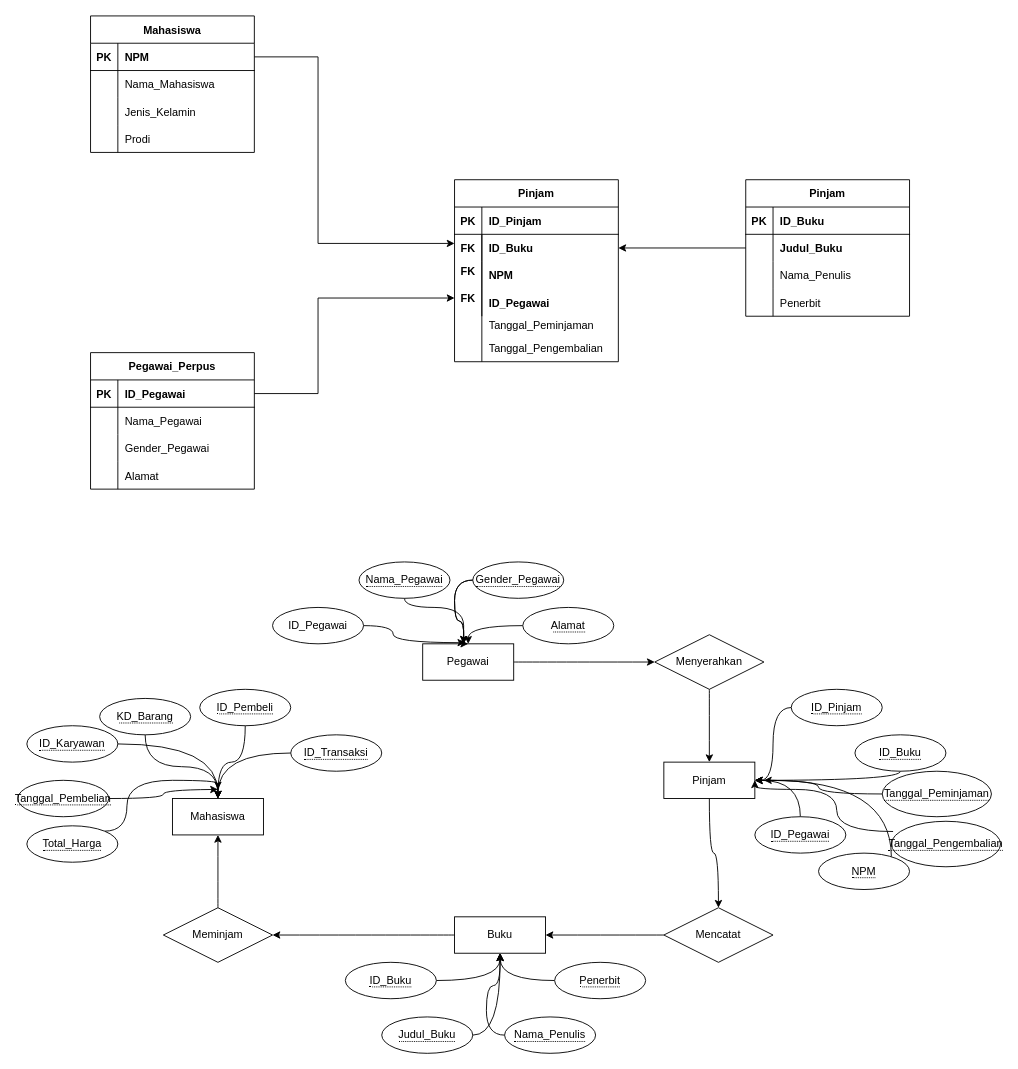
Above: Database Perpustakaan Diagram.drawio in lukmanprasetyo/Business-Model-Canvas-BMC- (draw.io), before the change. Source tidied: cells renumbered, new cells numbered last; positions are measured from the earlier drawing's top-left corner, leaving out a move shared by most shapes. Both pictures are drawn from the tidied source at 91%, with x=0, y=0 at pixel (17, 15).
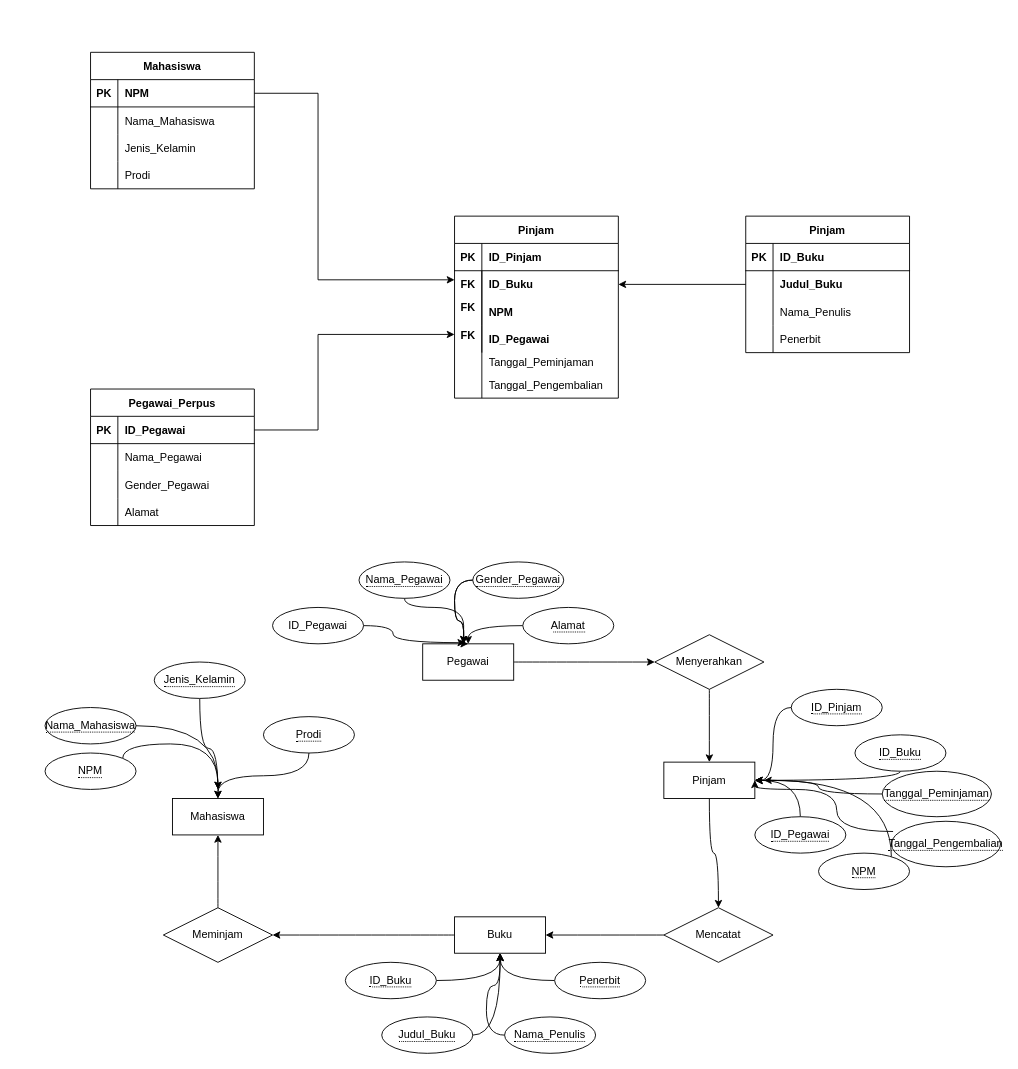
The same diagram, later.

Unchanged cells that the change refers to:
```xml
<mxCell id="5" style="shape=tableRow;horizontal=0;startSize=0;swimlaneHead=0;swimlaneBody=0;fillColor=none;points=[[0,0.5],[1,0.5]];portConstraint=eastwest;top=0;left=0;right=0;bottom=1;" parent="4" vertex="1">
  <mxGeometry y="30" width="180" height="30" as="geometry" />
</mxCell>
<mxCell id="77" value="Mahasiswa" style="whiteSpace=wrap;html=1;align=center;" parent="1" vertex="1">
  <mxGeometry x="170" y="860" width="100" height="40" as="geometry" />
</mxCell>
```

What changed in the source:
```diff
@@
     <mxCell id="2" style="shape=tableRow;horizontal=0;startSize=0;swimlaneHead=0;swimlaneBody=0;fillColor=none;top=0;left=0;right=0;bottom=0;" parent="1" vertex="1">
-      <mxGeometry x="420" y="340" width="180" height="30" as="geometry" />
+      <mxGeometry x="420" y="380" width="180" height="30" as="geometry" />
     </mxCell>
@@
     <mxCell id="4" value="Pegawai_Perpus" style="shape=table;startSize=30;childLayout=tableLayout;rowLines=0;fontStyle=1;align=center;" parent="1" vertex="1">
-      <mxGeometry x="80" y="370" width="180" height="150" as="geometry" />
+      <mxGeometry x="80" y="410" width="180" height="150" as="geometry" />
     </mxCell>
@@
     <mxCell id="17" value="Pinjam" style="shape=table;startSize=30;childLayout=tableLayout;rowLines=0;fontStyle=1;align=center;" parent="1" vertex="1">
-      <mxGeometry x="480" y="180" width="180" height="200" as="geometry" />
+      <mxGeometry x="480" y="220" width="180" height="200" as="geometry" />
     </mxCell>
@@
     <mxCell id="30" value="FK" style="shape=partialRectangle;fillColor=none;top=0;left=0;bottom=0;right=0;fontStyle=1;overflow=hidden;" parent="1" vertex="1">
-      <mxGeometry x="480" y="240" width="30" height="30" as="geometry" />
+      <mxGeometry x="480" y="280" width="30" height="30" as="geometry" />
     </mxCell>
     <mxCell id="31" value="Tanggal_Peminjaman" style="shape=partialRectangle;fillColor=none;top=0;left=0;bottom=0;right=0;align=left;spacingLeft=6;overflow=hidden;" parent="1" vertex="1">
-      <mxGeometry x="510" y="325" width="150" height="30" as="geometry" />
+      <mxGeometry x="510" y="365" width="150" height="30" as="geometry" />
     </mxCell>
     <mxCell id="32" value="Tanggal_Pengembalian" style="shape=partialRectangle;fillColor=none;top=0;left=0;bottom=0;right=0;align=left;spacingLeft=6;overflow=hidden;" parent="1" vertex="1">
-      <mxGeometry x="510" y="350" width="150" height="30" as="geometry" />
+      <mxGeometry x="510" y="390" width="150" height="30" as="geometry" />
     </mxCell>
     <mxCell id="33" style="endArrow=none;html=1;rounded=0;" parent="1" edge="1">
       <mxGeometry relative="1" as="geometry">
-        <mxPoint x="510" y="240" as="sourcePoint" />
-        <mxPoint x="510" y="380" as="targetPoint" />
+        <mxPoint x="510" y="280" as="sourcePoint" />
+        <mxPoint x="510" y="420" as="targetPoint" />
       </mxGeometry>
     </mxCell>
     <mxCell id="34" style="edgeStyle=orthogonalEdgeStyle;rounded=0;orthogonalLoop=1;jettySize=auto;html=1;exitX=1;exitY=0.5;exitDx=0;exitDy=0;" parent="1" edge="1">
       <mxGeometry relative="1" as="geometry">
-        <mxPoint x="260" y="45" as="sourcePoint" />
-        <mxPoint x="480" y="250" as="targetPoint" />
+        <mxPoint x="260" y="85" as="sourcePoint" />
+        <mxPoint x="480" y="290" as="targetPoint" />
         <Array as="points">
-          <mxPoint x="330" y="45" />
-          <mxPoint x="330" y="250" />
+          <mxPoint x="330" y="85" />
+          <mxPoint x="330" y="290" />
         </Array>
       </mxGeometry>
     </mxCell>
     <mxCell id="35" value="FK" style="shape=partialRectangle;fillColor=none;top=0;left=0;bottom=0;right=0;fontStyle=1;overflow=hidden;" parent="1" vertex="1">
-      <mxGeometry x="480" y="265" width="30" height="30" as="geometry" />
+      <mxGeometry x="480" y="305" width="30" height="30" as="geometry" />
     </mxCell>
     <mxCell id="36" value="FK" style="shape=partialRectangle;fillColor=none;top=0;left=0;bottom=0;right=0;fontStyle=1;overflow=hidden;" parent="1" vertex="1">
-      <mxGeometry x="480" y="295" width="30" height="30" as="geometry" />
+      <mxGeometry x="480" y="335" width="30" height="30" as="geometry" />
     </mxCell>
     <mxCell id="37" style="edgeStyle=orthogonalEdgeStyle;rounded=0;jettySize=auto;html=1;" parent="1" edge="1" source="5">
       <mxGeometry relative="1" as="geometry">
-        <mxPoint x="480" y="310" as="targetPoint" />
+        <mxPoint x="480" y="350" as="targetPoint" />
         <Array as="points">
-          <mxPoint x="330" y="415" />
-          <mxPoint x="330" y="310" />
+          <mxPoint x="330" y="455" />
+          <mxPoint x="330" y="350" />
         </Array>
       </mxGeometry>
     </mxCell>
     <mxCell id="38" value="Mahasiswa" style="shape=table;startSize=30;childLayout=tableLayout;rowLines=0;fontStyle=1;align=center;" parent="1" vertex="1">
-      <mxGeometry x="80" width="180" height="150" as="geometry" />
+      <mxGeometry x="80" y="40" width="180" height="150" as="geometry" />
     </mxCell>
@@
     <mxCell id="51" value="Pinjam" style="shape=table;startSize=30;childLayout=tableLayout;rowLines=0;fontStyle=1;align=center;" parent="1" vertex="1">
-      <mxGeometry x="800" y="180" width="180" height="150" as="geometry" />
+      <mxGeometry x="800" y="220" width="180" height="150" as="geometry" />
     </mxCell>
@@
-    <mxCell id="103" style="edgeStyle=orthogonalEdgeStyle;curved=1;rounded=0;jettySize=auto;html=1;entryX=0.5;entryY=0;entryDx=0;entryDy=0;" parent="1" edge="1" source="104" target="77">
-      <mxGeometry relative="1" as="geometry" />
-    </mxCell>
-    <mxCell id="104" value="&lt;span style=&quot;border-bottom: 1px dotted&quot;&gt;ID_Pembeli&lt;/span&gt;" style="ellipse;whiteSpace=wrap;html=1;align=center;" parent="1" vertex="1">
-      <mxGeometry x="200" y="740" width="100" height="40" as="geometry" />
-    </mxCell>
@@
-    <mxCell id="106" value="&lt;span style=&quot;border-bottom: 1px dotted&quot;&gt;KD_Barang&lt;/span&gt;" style="ellipse;whiteSpace=wrap;html=1;align=center;" parent="1" vertex="1">
-      <mxGeometry x="90" y="750" width="100" height="40" as="geometry" />
+    <mxCell id="106" value="&lt;span style=&quot;border-bottom: 1px dotted&quot;&gt;Prodi&lt;/span&gt;" style="ellipse;whiteSpace=wrap;html=1;align=center;" parent="1" vertex="1">
+      <mxGeometry x="270" y="770" width="100" height="40" as="geometry" />
     </mxCell>
-    <mxCell id="107" style="edgeStyle=orthogonalEdgeStyle;curved=1;rounded=0;jettySize=auto;html=1;" parent="1" edge="1" source="108">
-      <mxGeometry relative="1" as="geometry">
-        <mxPoint x="220" y="860" as="targetPoint" />
-      </mxGeometry>
-    </mxCell>
-    <mxCell id="108" value="&lt;span style=&quot;border-bottom: 1px dotted&quot;&gt;ID_Transaksi&lt;/span&gt;" style="ellipse;whiteSpace=wrap;html=1;align=center;" parent="1" vertex="1">
-      <mxGeometry x="300" y="790" width="100" height="40" as="geometry" />
-    </mxCell>
@@
-    <mxCell id="110" value="&lt;span style=&quot;border-bottom: 1px dotted&quot;&gt;ID_Karyawan&lt;/span&gt;" style="ellipse;whiteSpace=wrap;html=1;align=center;" parent="1" vertex="1">
-      <mxGeometry x="10" y="780" width="100" height="40" as="geometry" />
+    <mxCell id="110" value="&lt;span style=&quot;border-bottom: 1px dotted&quot;&gt;Jenis_Kelamin&lt;/span&gt;" style="ellipse;whiteSpace=wrap;html=1;align=center;" parent="1" vertex="1">
+      <mxGeometry x="150" y="710" width="100" height="40" as="geometry" />
     </mxCell>
@@
-    <mxCell id="112" value="&lt;span style=&quot;border-bottom: 1px dotted&quot;&gt;Tanggal_Pembelian&lt;/span&gt;" style="ellipse;whiteSpace=wrap;html=1;align=center;" parent="1" vertex="1">
-      <mxGeometry y="840" width="100" height="40" as="geometry" />
+    <mxCell id="112" value="&lt;span style=&quot;border-bottom: 1px dotted&quot;&gt;Nama_Mahasiswa&lt;/span&gt;" style="ellipse;whiteSpace=wrap;html=1;align=center;" parent="1" vertex="1">
+      <mxGeometry x="30" y="760" width="100" height="40" as="geometry" />
     </mxCell>
     <mxCell id="113" style="edgeStyle=orthogonalEdgeStyle;curved=1;rounded=0;jettySize=auto;html=1;exitX=1;exitY=0;exitDx=0;exitDy=0;" parent="1" edge="1" source="114">
       <mxGeometry relative="1" as="geometry">
         <mxPoint x="220" y="850" as="targetPoint" />
         <Array as="points">
-          <mxPoint x="120" y="896" />
-          <mxPoint x="120" y="840" />
-          <mxPoint x="220" y="840" />
+          <mxPoint x="115" y="800" />
+          <mxPoint x="220" y="800" />
         </Array>
       </mxGeometry>
     </mxCell>
-    <mxCell id="114" value="&lt;span style=&quot;border-bottom: 1px dotted&quot;&gt;Total_Harga&lt;/span&gt;" style="ellipse;whiteSpace=wrap;html=1;align=center;" parent="1" vertex="1">
-      <mxGeometry x="10" y="890" width="100" height="40" as="geometry" />
+    <mxCell id="114" value="&lt;span style=&quot;border-bottom: 1px dotted&quot;&gt;NPM&lt;/span&gt;" style="ellipse;whiteSpace=wrap;html=1;align=center;" parent="1" vertex="1">
+      <mxGeometry x="30" y="810" width="100" height="40" as="geometry" />
     </mxCell>
```
